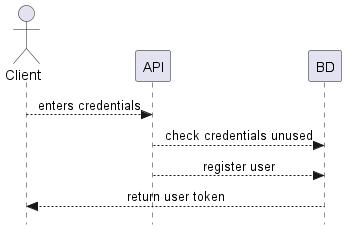
Above: images/Sign up diagram.png in Arquisoft/wiq_en2b (PlantUML), before the change. Its diagram source:
```plantuml
@startuml sign up

actor Client

skinparam Style strictuml
skinparam SequenceMessageAlignment center

Client --> API : enters credentials
API --> BD     : check credentials unused
API --> BD     : register user
BD --> Client  : return user token

@enduml
```
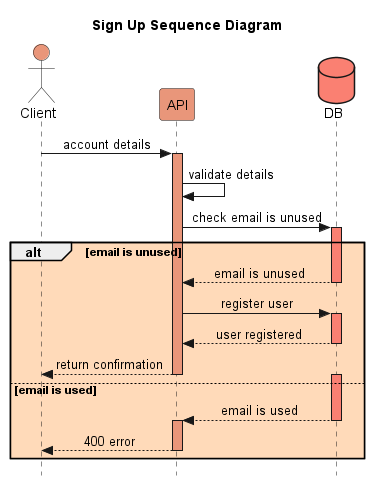
After the change.

Change to the diagram source:
```diff
@@ -1,13 +1,32 @@
 @startuml sign up
-
-actor Client
-
+title Sign Up Sequence Diagram
+actor Client #darksalmon
+participant API #darksalmon
+database DB #salmon
 skinparam Style strictuml
 skinparam SequenceMessageAlignment center
 
-Client --> API : enters credentials
-API --> BD     : check credentials unused
-API --> BD     : register user
-BD --> Client  : return user token
+Client -> API : account details
+activate API #darksalmon
+API -> API : validate details
+API -> DB  : check email is unused
+alt #PeachPuff email is unused
+    activate DB #salmon
+    DB --> API  : email is unused
+    deactivate DB
 
+    API -> DB  : register user
+    activate DB #salmon
+    DB --> API  : user registered
+    deactivate DB
+    API --> Client  : return confirmation
+    deactivate API
+else email is used
+    activate DB #salmon
+    DB --> API  : email is used
+    deactivate DB
+    activate API #darksalmon
+    API --> Client  : 400 error
+    deactivate API
+end
 @enduml
```
